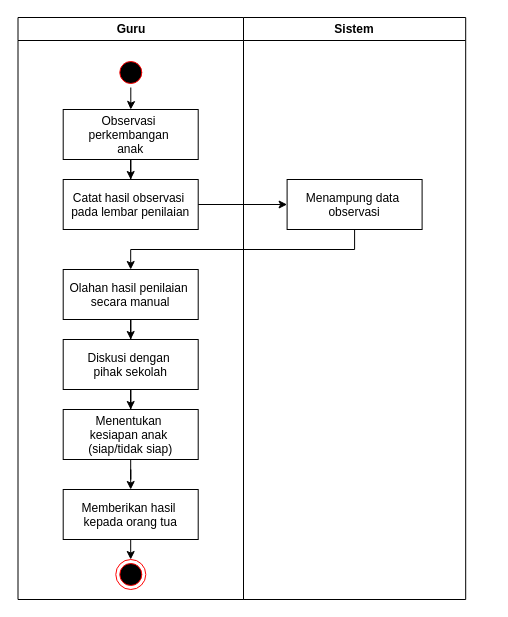
Above: bantuin/muy/Draw.io/Analisa Sistem Berjalan.drawio in hako-975/UNPAM-File (draw.io), before the change. Source tidied: cells renumbered, new cells numbered last; positions are measured from the earlier drawing's top-left corner, leaving out a move shared by most shapes. Both pictures are drawn from the tidied source at 100%, with x=0, y=0 at pixel (17, 17).
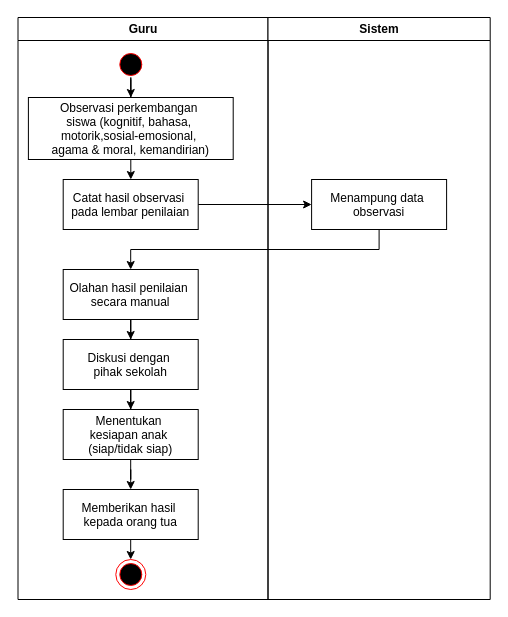
The same diagram, later.

What changed in the source:
```diff
@@
     <mxCell id="2" value="Guru" style="swimlane;whiteSpace=wrap;" parent="1" vertex="1">
-      <mxGeometry x="0.5" width="225.5" height="582" as="geometry" />
+      <mxGeometry x="0.5" width="250" height="582" as="geometry" />
     </mxCell>
@@
     <mxCell id="4" style="ellipse;shape=startState;fillColor=#000000;strokeColor=#ff0000;" parent="2" vertex="1">
-      <mxGeometry x="97.8" y="40" width="30" height="30" as="geometry" />
+      <mxGeometry x="97.8" y="32" width="30" height="30" as="geometry" />
     </mxCell>
@@
-    <mxCell id="6" value="Observasi &#10;perkembangan &#10;anak" parent="2" vertex="1">
-      <mxGeometry x="45.2" y="92" width="135" height="50" as="geometry" />
+    <mxCell id="6" value="Observasi perkembangan &#10;siswa (kognitif, bahasa, &#10;motorik,sosial-emosional, &#10;agama &amp; moral, kemandirian)" parent="2" vertex="1">
+      <mxGeometry x="10.4" y="80" width="204.8" height="62" as="geometry" />
     </mxCell>
@@
     <mxCell id="17" value="Sistem" style="swimlane;whiteSpace=wrap;" parent="1" vertex="1">
-      <mxGeometry x="226" width="222.2" height="582" as="geometry" />
+      <mxGeometry x="250.5" width="222.2" height="582" as="geometry" />
     </mxCell>
```
